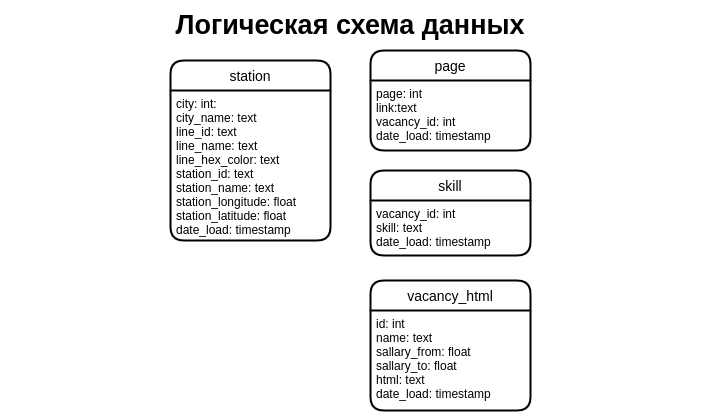
This is essential_sqlalchemy/img/uml.png from VolokzhaninVadim/books, a draw.io export, as it was before one commit. Source tidied: cells renumbered, new cells last; positions are measured from the earlier drawing's top-left corner, leaving out a move shared by most shapes. The source it was exported from:
```xml
<mxGraphModel>
  <root>
    <mxCell id="0" />
    <mxCell id="1" parent="0" />
    <mxCell id="2" value="page" style="swimlane;horizontal=1;startSize=30;rounded=1;fontSize=14;fontStyle=0;strokeWidth=2;shadow=0;dashed=0;align=center;fillColor=default;gradientColor=none;" parent="1" vertex="1">
      <mxGeometry x="370" y="50" width="160" height="100" as="geometry" />
    </mxCell>
    <mxCell id="3" value="page: int&#10;link:text&#10;vacancy_id: int&#10;date_load: timestamp" style="align=left;strokeColor=none;fillColor=none;spacingLeft=4;fontSize=12;verticalAlign=top;" parent="2" vertex="1">
      <mxGeometry y="30" width="160" height="70" as="geometry" />
    </mxCell>
    <mxCell id="4" value="vacancy_html" style="swimlane;horizontal=1;startSize=30;rounded=1;fontSize=14;fontStyle=0;strokeWidth=2;shadow=0;dashed=0;align=center;fillColor=default;gradientColor=none;" parent="1" vertex="1">
      <mxGeometry x="370" y="280" width="160" height="130" as="geometry" />
    </mxCell>
    <mxCell id="5" value="id: int&#10;name: text&#10;sallary_from: float&#10;sallary_to: float&#10;html: text&#10;date_load: timestamp" style="align=left;strokeColor=none;fillColor=none;spacingLeft=4;fontSize=12;verticalAlign=top;" parent="4" vertex="1">
      <mxGeometry y="30" width="160" height="100" as="geometry" />
    </mxCell>
    <mxCell id="6" value="skill" style="swimlane;horizontal=1;startSize=30;rounded=1;fontSize=14;fontStyle=0;strokeWidth=2;shadow=0;dashed=0;align=center;fillColor=default;gradientColor=none;" parent="1" vertex="1">
      <mxGeometry x="370" y="170" width="160" height="85" as="geometry" />
    </mxCell>
    <mxCell id="7" value="vacancy_id: int&#10;skill: text&#10;date_load: timestamp" style="align=left;strokeColor=none;fillColor=none;spacingLeft=4;fontSize=12;verticalAlign=top;" parent="6" vertex="1">
      <mxGeometry y="30" width="160" height="55" as="geometry" />
    </mxCell>
    <mxCell id="8" value="&lt;span style=&quot;font-size: 27px&quot;&gt;&lt;b&gt;Логическая схема данных&lt;/b&gt;&lt;/span&gt;" style="text;html=1;strokeColor=none;fillColor=none;align=center;verticalAlign=middle;whiteSpace=wrap;rounded=0;" parent="1" vertex="1">
      <mxGeometry width="700" height="50" as="geometry" />
    </mxCell>
    <mxCell id="9" value="station" style="swimlane;horizontal=1;startSize=30;rounded=1;fontSize=14;fontStyle=0;strokeWidth=2;shadow=0;dashed=0;align=center;fillColor=default;gradientColor=none;" parent="1" vertex="1">
      <mxGeometry x="170" y="60" width="160" height="180" as="geometry" />
    </mxCell>
    <mxCell id="10" value="city: int: &#10;city_name: text&#10;line_id: text&#10;line_name: text&#10;line_hex_color: text&#10;station_id: text&#10;station_name: text&#10;station_longitude: float&#10;station_latitude: float&#10;date_load: timestamp" style="align=left;strokeColor=none;fillColor=none;spacingLeft=4;fontSize=12;verticalAlign=top;" parent="9" vertex="1">
      <mxGeometry y="30" width="160" height="150" as="geometry" />
    </mxCell>
  </root>
</mxGraphModel>
```
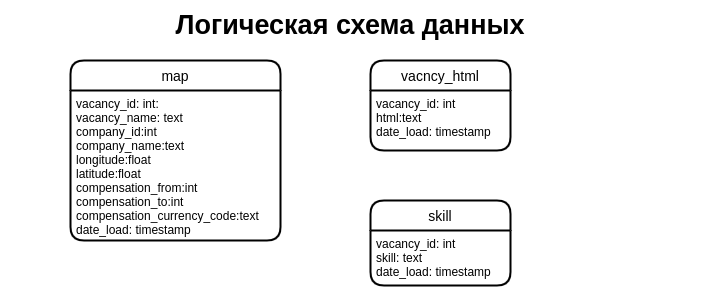
The same file after the commit.

Commit message:
map, vacancy_html, skill

The edit, as a diff of the source:
```diff
@@ -2,32 +2,26 @@
   <root>
     <mxCell id="0" />
     <mxCell id="1" parent="0" />
-    <mxCell id="2" value="page" style="swimlane;horizontal=1;startSize=30;rounded=1;fontSize=14;fontStyle=0;strokeWidth=2;shadow=0;dashed=0;align=center;fillColor=default;gradientColor=none;" parent="1" vertex="1">
-      <mxGeometry x="370" y="50" width="160" height="100" as="geometry" />
+    <mxCell id="2" value="vacncy_html" style="swimlane;horizontal=1;startSize=30;rounded=1;fontSize=14;fontStyle=0;strokeWidth=2;shadow=0;dashed=0;align=center;fillColor=default;gradientColor=none;" parent="1" vertex="1">
+      <mxGeometry x="370" y="60" width="140" height="90" as="geometry" />
     </mxCell>
-    <mxCell id="3" value="page: int&#10;link:text&#10;vacancy_id: int&#10;date_load: timestamp" style="align=left;strokeColor=none;fillColor=none;spacingLeft=4;fontSize=12;verticalAlign=top;" parent="2" vertex="1">
-      <mxGeometry y="30" width="160" height="70" as="geometry" />
+    <mxCell id="3" value="vacancy_id: int&#10;html:text&#10;date_load: timestamp" style="align=left;strokeColor=none;fillColor=none;spacingLeft=4;fontSize=12;verticalAlign=top;" parent="2" vertex="1">
+      <mxGeometry y="30" width="140" height="60" as="geometry" />
     </mxCell>
-    <mxCell id="4" value="vacancy_html" style="swimlane;horizontal=1;startSize=30;rounded=1;fontSize=14;fontStyle=0;strokeWidth=2;shadow=0;dashed=0;align=center;fillColor=default;gradientColor=none;" parent="1" vertex="1">
-      <mxGeometry x="370" y="280" width="160" height="130" as="geometry" />
-    </mxCell>
-    <mxCell id="5" value="id: int&#10;name: text&#10;sallary_from: float&#10;sallary_to: float&#10;html: text&#10;date_load: timestamp" style="align=left;strokeColor=none;fillColor=none;spacingLeft=4;fontSize=12;verticalAlign=top;" parent="4" vertex="1">
-      <mxGeometry y="30" width="160" height="100" as="geometry" />
-    </mxCell>
     <mxCell id="6" value="skill" style="swimlane;horizontal=1;startSize=30;rounded=1;fontSize=14;fontStyle=0;strokeWidth=2;shadow=0;dashed=0;align=center;fillColor=default;gradientColor=none;" parent="1" vertex="1">
-      <mxGeometry x="370" y="170" width="160" height="85" as="geometry" />
+      <mxGeometry x="370" y="200" width="140" height="85" as="geometry" />
     </mxCell>
     <mxCell id="7" value="vacancy_id: int&#10;skill: text&#10;date_load: timestamp" style="align=left;strokeColor=none;fillColor=none;spacingLeft=4;fontSize=12;verticalAlign=top;" parent="6" vertex="1">
-      <mxGeometry y="30" width="160" height="55" as="geometry" />
+      <mxGeometry y="30" width="140" height="55" as="geometry" />
     </mxCell>
     <mxCell id="8" value="&lt;span style=&quot;font-size: 27px&quot;&gt;&lt;b&gt;Логическая схема данных&lt;/b&gt;&lt;/span&gt;" style="text;html=1;strokeColor=none;fillColor=none;align=center;verticalAlign=middle;whiteSpace=wrap;rounded=0;" parent="1" vertex="1">
       <mxGeometry width="700" height="50" as="geometry" />
     </mxCell>
-    <mxCell id="9" value="station" style="swimlane;horizontal=1;startSize=30;rounded=1;fontSize=14;fontStyle=0;strokeWidth=2;shadow=0;dashed=0;align=center;fillColor=default;gradientColor=none;" parent="1" vertex="1">
-      <mxGeometry x="170" y="60" width="160" height="180" as="geometry" />
+    <mxCell id="9" value="map" style="swimlane;horizontal=1;startSize=30;rounded=1;fontSize=14;fontStyle=0;strokeWidth=2;shadow=0;dashed=0;align=center;fillColor=default;gradientColor=none;" parent="1" vertex="1">
+      <mxGeometry x="70" y="60" width="210" height="180" as="geometry" />
     </mxCell>
-    <mxCell id="10" value="city: int: &#10;city_name: text&#10;line_id: text&#10;line_name: text&#10;line_hex_color: text&#10;station_id: text&#10;station_name: text&#10;station_longitude: float&#10;station_latitude: float&#10;date_load: timestamp" style="align=left;strokeColor=none;fillColor=none;spacingLeft=4;fontSize=12;verticalAlign=top;" parent="9" vertex="1">
-      <mxGeometry y="30" width="160" height="150" as="geometry" />
+    <mxCell id="10" value="vacancy_id: int: &#10;vacancy_name: text&#10;company_id:int&#10;company_name:text&#10;longitude:float&#10;latitude:float&#10;compensation_from:int&#10;compensation_to:int&#10;compensation_currency_code:text&#10;date_load: timestamp" style="align=left;strokeColor=none;fillColor=none;spacingLeft=4;fontSize=12;verticalAlign=top;" parent="9" vertex="1">
+      <mxGeometry y="30" width="210" height="150" as="geometry" />
     </mxCell>
   </root>
 </mxGraphModel>
```
